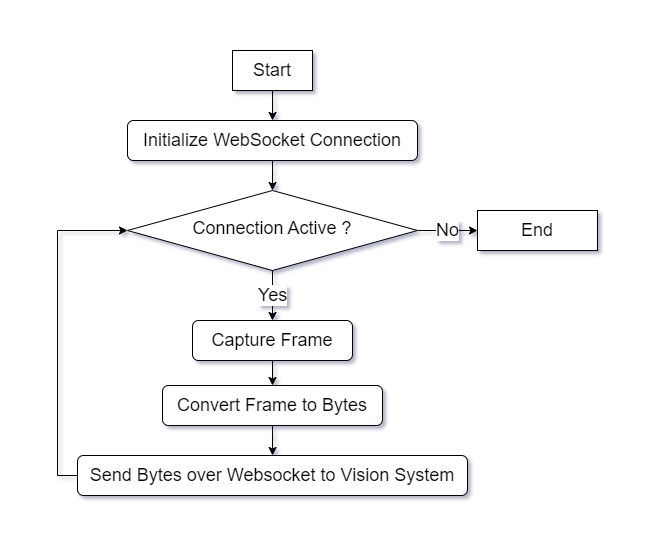
Before: Diagrams/Client FlowChart/Client FlowChart.drawio.png, a diagram exported from draw.io (Tesla619/pose3). Source tidied: cells renumbered, new cells last; positions are measured from the earlier drawing's top-left corner, leaving out a move shared by most shapes. The source it was exported from:
```xml
<mxGraphModel>
  <root>
    <mxCell id="0" />
    <mxCell id="1" parent="0" />
    <mxCell id="2" style="edgeStyle=orthogonalEdgeStyle;rounded=0;jettySize=auto;html=1;" parent="1" edge="1" source="3" target="5">
      <mxGeometry relative="1" as="geometry" />
    </mxCell>
    <mxCell id="3" value="Start" style="rounded=0;whiteSpace=wrap;html=1;fontSize=18;glass=0;strokeWidth=1;shadow=0;" parent="1" vertex="1">
      <mxGeometry x="175" width="80" height="40" as="geometry" />
    </mxCell>
    <mxCell id="4" style="edgeStyle=orthogonalEdgeStyle;rounded=0;jettySize=auto;html=1;" parent="1" edge="1" source="5" target="8">
      <mxGeometry relative="1" as="geometry" />
    </mxCell>
    <mxCell id="5" value="Initialize WebSocket Connection" style="rounded=1;whiteSpace=wrap;html=1;fontSize=18;glass=0;strokeWidth=1;shadow=0;" parent="1" vertex="1">
      <mxGeometry x="70" y="70" width="290" height="40" as="geometry" />
    </mxCell>
    <mxCell id="6" value="No&lt;font style=&quot;font-size: 18px;&quot;&gt;&lt;br style=&quot;font-size: 18px;&quot;&gt;&lt;/font&gt;" style="edgeStyle=orthogonalEdgeStyle;rounded=0;jettySize=auto;html=1;fontSize=18;exitX=1;exitY=0.5;exitDx=0;exitDy=0;entryX=0;entryY=0.5;entryDx=0;entryDy=0;" parent="1" edge="1" source="8" target="9">
      <mxGeometry relative="1" as="geometry" />
    </mxCell>
    <mxCell id="7" value="Yes" style="edgeStyle=orthogonalEdgeStyle;rounded=0;jettySize=auto;html=1;fontSize=18;" parent="1" edge="1" source="8" target="11">
      <mxGeometry relative="1" as="geometry" />
    </mxCell>
    <mxCell id="8" value="Connection Active ?" style="rhombus;whiteSpace=wrap;html=1;shadow=0;fontFamily=Helvetica;fontSize=18;align=center;strokeWidth=1;spacing=6;spacingTop=-4;" parent="1" vertex="1">
      <mxGeometry x="70" y="140" width="290" height="80" as="geometry" />
    </mxCell>
    <mxCell id="9" value="End" style="rounded=0;whiteSpace=wrap;html=1;fontSize=18;glass=0;strokeWidth=1;shadow=0;" parent="1" vertex="1">
      <mxGeometry x="420" y="160" width="120" height="40" as="geometry" />
    </mxCell>
    <mxCell id="10" style="edgeStyle=orthogonalEdgeStyle;rounded=0;jettySize=auto;html=1;" parent="1" edge="1" source="11" target="14">
      <mxGeometry relative="1" as="geometry" />
    </mxCell>
    <mxCell id="11" value="Capture Frame" style="rounded=1;whiteSpace=wrap;html=1;fontSize=18;glass=0;strokeWidth=1;shadow=0;" parent="1" vertex="1">
      <mxGeometry x="135" y="270" width="160" height="40" as="geometry" />
    </mxCell>
    <mxCell id="12" style="edgeStyle=orthogonalEdgeStyle;rounded=0;jettySize=auto;html=1;exitX=0;exitY=0.5;exitDx=0;exitDy=0;entryX=0;entryY=0.5;entryDx=0;entryDy=0;" parent="1" edge="1" source="15" target="8">
      <mxGeometry relative="1" as="geometry">
        <Array as="points">
          <mxPoint y="425" />
          <mxPoint y="180" />
        </Array>
      </mxGeometry>
    </mxCell>
    <mxCell id="13" style="edgeStyle=orthogonalEdgeStyle;rounded=0;jettySize=auto;html=1;" parent="1" edge="1" source="14" target="15">
      <mxGeometry relative="1" as="geometry" />
    </mxCell>
    <mxCell id="14" value="Convert Frame to Bytes" style="rounded=1;whiteSpace=wrap;html=1;fontSize=18;glass=0;strokeWidth=1;shadow=0;" parent="1" vertex="1">
      <mxGeometry x="105" y="335" width="220" height="40" as="geometry" />
    </mxCell>
    <mxCell id="15" value="Send Bytes over Websocket to Vision System" style="rounded=1;whiteSpace=wrap;html=1;fontSize=18;glass=0;strokeWidth=1;shadow=0;" parent="1" vertex="1">
      <mxGeometry x="20" y="405" width="390" height="40" as="geometry" />
    </mxCell>
  </root>
</mxGraphModel>
```
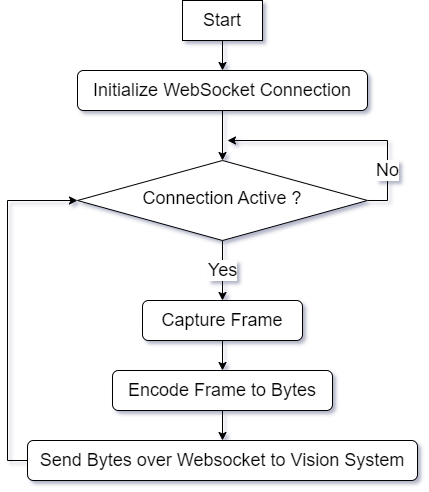
After the change.

Diff of the diagram source:
```diff
@@ -6,16 +6,22 @@
       <mxGeometry relative="1" as="geometry" />
     </mxCell>
     <mxCell id="3" value="Start" style="rounded=0;whiteSpace=wrap;html=1;fontSize=18;glass=0;strokeWidth=1;shadow=0;" parent="1" vertex="1">
-      <mxGeometry x="175" width="80" height="40" as="geometry" />
+      <mxGeometry x="175" y="-20" width="80" height="40" as="geometry" />
     </mxCell>
     <mxCell id="4" style="edgeStyle=orthogonalEdgeStyle;rounded=0;jettySize=auto;html=1;" parent="1" edge="1" source="5" target="8">
       <mxGeometry relative="1" as="geometry" />
     </mxCell>
     <mxCell id="5" value="Initialize WebSocket Connection" style="rounded=1;whiteSpace=wrap;html=1;fontSize=18;glass=0;strokeWidth=1;shadow=0;" parent="1" vertex="1">
-      <mxGeometry x="70" y="70" width="290" height="40" as="geometry" />
+      <mxGeometry x="70" y="50" width="290" height="40" as="geometry" />
     </mxCell>
-    <mxCell id="6" value="No&lt;font style=&quot;font-size: 18px;&quot;&gt;&lt;br style=&quot;font-size: 18px;&quot;&gt;&lt;/font&gt;" style="edgeStyle=orthogonalEdgeStyle;rounded=0;jettySize=auto;html=1;fontSize=18;exitX=1;exitY=0.5;exitDx=0;exitDy=0;entryX=0;entryY=0.5;entryDx=0;entryDy=0;" parent="1" edge="1" source="8" target="9">
-      <mxGeometry relative="1" as="geometry" />
+    <mxCell id="6" value="No&lt;font style=&quot;font-size: 18px;&quot;&gt;&lt;br style=&quot;font-size: 18px;&quot;&gt;&lt;/font&gt;" style="edgeStyle=orthogonalEdgeStyle;rounded=0;jettySize=auto;html=1;fontSize=18;exitX=1;exitY=0.5;exitDx=0;exitDy=0;" parent="1" edge="1" source="8">
+      <mxGeometry x="-0.58" relative="1" as="geometry">
+        <mxPoint x="220" y="120" as="targetPoint" />
+        <Array as="points">
+          <mxPoint x="380" y="180" />
+          <mxPoint x="380" y="120" />
+        </Array>
+      </mxGeometry>
     </mxCell>
     <mxCell id="7" value="Yes" style="edgeStyle=orthogonalEdgeStyle;rounded=0;jettySize=auto;html=1;fontSize=18;" parent="1" edge="1" source="8" target="11">
       <mxGeometry relative="1" as="geometry" />
@@ -23,19 +29,16 @@
     <mxCell id="8" value="Connection Active ?" style="rhombus;whiteSpace=wrap;html=1;shadow=0;fontFamily=Helvetica;fontSize=18;align=center;strokeWidth=1;spacing=6;spacingTop=-4;" parent="1" vertex="1">
       <mxGeometry x="70" y="140" width="290" height="80" as="geometry" />
     </mxCell>
-    <mxCell id="9" value="End" style="rounded=0;whiteSpace=wrap;html=1;fontSize=18;glass=0;strokeWidth=1;shadow=0;" parent="1" vertex="1">
-      <mxGeometry x="420" y="160" width="120" height="40" as="geometry" />
-    </mxCell>
     <mxCell id="10" style="edgeStyle=orthogonalEdgeStyle;rounded=0;jettySize=auto;html=1;" parent="1" edge="1" source="11" target="14">
       <mxGeometry relative="1" as="geometry" />
     </mxCell>
     <mxCell id="11" value="Capture Frame" style="rounded=1;whiteSpace=wrap;html=1;fontSize=18;glass=0;strokeWidth=1;shadow=0;" parent="1" vertex="1">
-      <mxGeometry x="135" y="270" width="160" height="40" as="geometry" />
+      <mxGeometry x="135" y="280" width="160" height="40" as="geometry" />
     </mxCell>
-    <mxCell id="12" style="edgeStyle=orthogonalEdgeStyle;rounded=0;jettySize=auto;html=1;exitX=0;exitY=0.5;exitDx=0;exitDy=0;entryX=0;entryY=0.5;entryDx=0;entryDy=0;" parent="1" edge="1" source="15" target="8">
+    <mxCell id="12" style="edgeStyle=orthogonalEdgeStyle;rounded=0;jettySize=auto;html=1;entryX=0;entryY=0.5;entryDx=0;entryDy=0;exitX=0;exitY=0.5;exitDx=0;exitDy=0;" parent="1" edge="1" source="15" target="8">
       <mxGeometry relative="1" as="geometry">
         <Array as="points">
-          <mxPoint y="425" />
+          <mxPoint y="440" />
           <mxPoint y="180" />
         </Array>
       </mxGeometry>
@@ -43,11 +46,11 @@
     <mxCell id="13" style="edgeStyle=orthogonalEdgeStyle;rounded=0;jettySize=auto;html=1;" parent="1" edge="1" source="14" target="15">
       <mxGeometry relative="1" as="geometry" />
     </mxCell>
-    <mxCell id="14" value="Convert Frame to Bytes" style="rounded=1;whiteSpace=wrap;html=1;fontSize=18;glass=0;strokeWidth=1;shadow=0;" parent="1" vertex="1">
-      <mxGeometry x="105" y="335" width="220" height="40" as="geometry" />
+    <mxCell id="14" value="Encode Frame to Bytes" style="rounded=1;whiteSpace=wrap;html=1;fontSize=18;glass=0;strokeWidth=1;shadow=0;" parent="1" vertex="1">
+      <mxGeometry x="105" y="350" width="220" height="40" as="geometry" />
     </mxCell>
     <mxCell id="15" value="Send Bytes over Websocket to Vision System" style="rounded=1;whiteSpace=wrap;html=1;fontSize=18;glass=0;strokeWidth=1;shadow=0;" parent="1" vertex="1">
-      <mxGeometry x="20" y="405" width="390" height="40" as="geometry" />
+      <mxGeometry x="20" y="420" width="390" height="40" as="geometry" />
     </mxCell>
   </root>
 </mxGraphModel>
```
